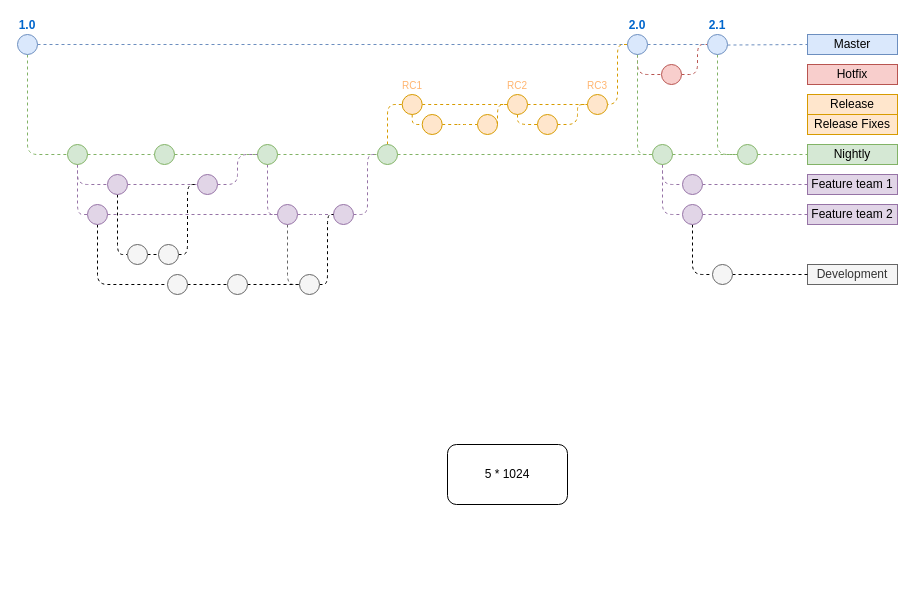
This is diagram.drawio from flowxcode/cachehunter, a draw.io file, before an edit. Source tidied: cells renumbered, new cells numbered last; positions are measured from the earlier drawing's top-left corner, leaving out a move shared by most shapes. Both pictures are drawn from the tidied source at 100%, with x=0, y=0 at pixel (17, 34).
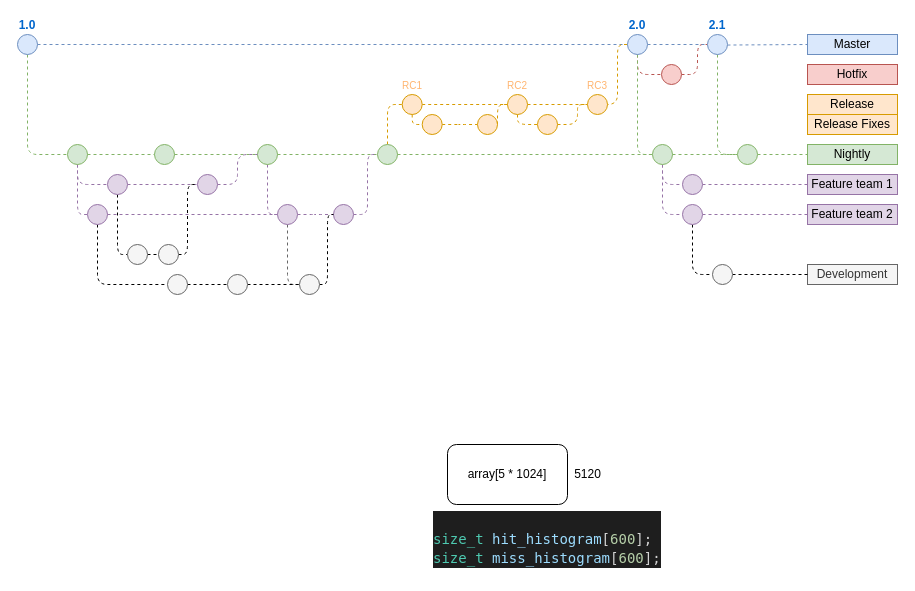
Above is the later version.

Diff of the diagram source:
```diff
@@
-    <mxCell id="83" value="5 * 1024&lt;br&gt;" style="rounded=1;whiteSpace=wrap;html=1;" parent="1" vertex="1">
+    <mxCell id="83" value="array[5 * 1024]" style="rounded=1;whiteSpace=wrap;html=1;" parent="1" vertex="1">
       <mxGeometry x="430" y="410" width="120" height="60" as="geometry" />
     </mxCell>
+    <mxCell id="84" value="5120" style="text;html=1;align=center;verticalAlign=middle;strokeColor=none;fillColor=none;" parent="1" vertex="1">
+      <mxGeometry x="550" y="430" width="40" height="20" as="geometry" />
+    </mxCell>
+    <mxCell id="85" value="&lt;div style=&quot;color: rgb(212, 212, 212); background-color: rgb(30, 30, 30); font-family: &amp;quot;droid sans mono&amp;quot;, &amp;quot;monospace&amp;quot;, monospace; font-weight: normal; font-size: 14px; line-height: 19px;&quot;&gt;&lt;br&gt;&lt;div&gt;&lt;span style=&quot;color: #4ec9b0&quot;&gt;size_t&lt;/span&gt;&lt;span style=&quot;color: #d4d4d4&quot;&gt; &lt;/span&gt;&lt;span style=&quot;color: #9cdcfe&quot;&gt;hit_histogram&lt;/span&gt;&lt;span style=&quot;color: #d4d4d4&quot;&gt;[&lt;/span&gt;&lt;span style=&quot;color: #b5cea8&quot;&gt;600&lt;/span&gt;&lt;span style=&quot;color: #d4d4d4&quot;&gt;];&lt;/span&gt;&lt;/div&gt;&lt;div&gt;&lt;span style=&quot;color: #4ec9b0&quot;&gt;size_t&lt;/span&gt;&lt;span style=&quot;color: #d4d4d4&quot;&gt; &lt;/span&gt;&lt;span style=&quot;color: #9cdcfe&quot;&gt;miss_histogram&lt;/span&gt;&lt;span style=&quot;color: #d4d4d4&quot;&gt;[&lt;/span&gt;&lt;span style=&quot;color: #b5cea8&quot;&gt;600&lt;/span&gt;&lt;span style=&quot;color: #d4d4d4&quot;&gt;];&lt;/span&gt;&lt;/div&gt;&lt;/div&gt;" style="text;whiteSpace=wrap;html=1;" parent="1" vertex="1">
+      <mxGeometry x="414" y="470" width="250" height="70" as="geometry" />
+    </mxCell>
```
